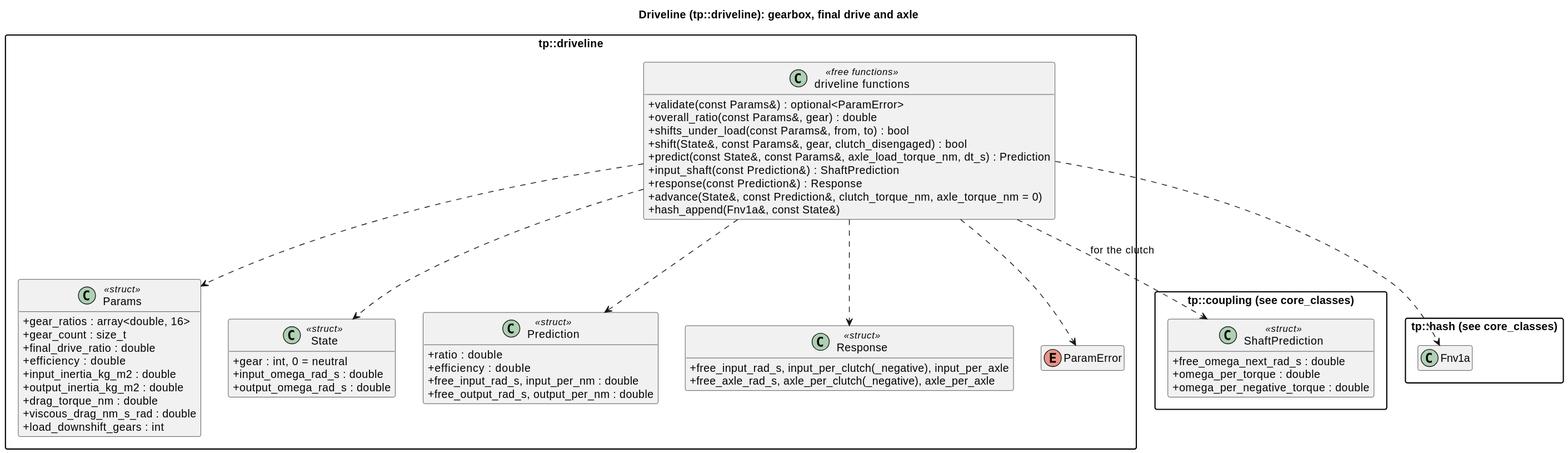
The PlantUML diagram docs/diagrams/svg/driveline_classes.svg in wversteeg/TractorPulling, before a commit.
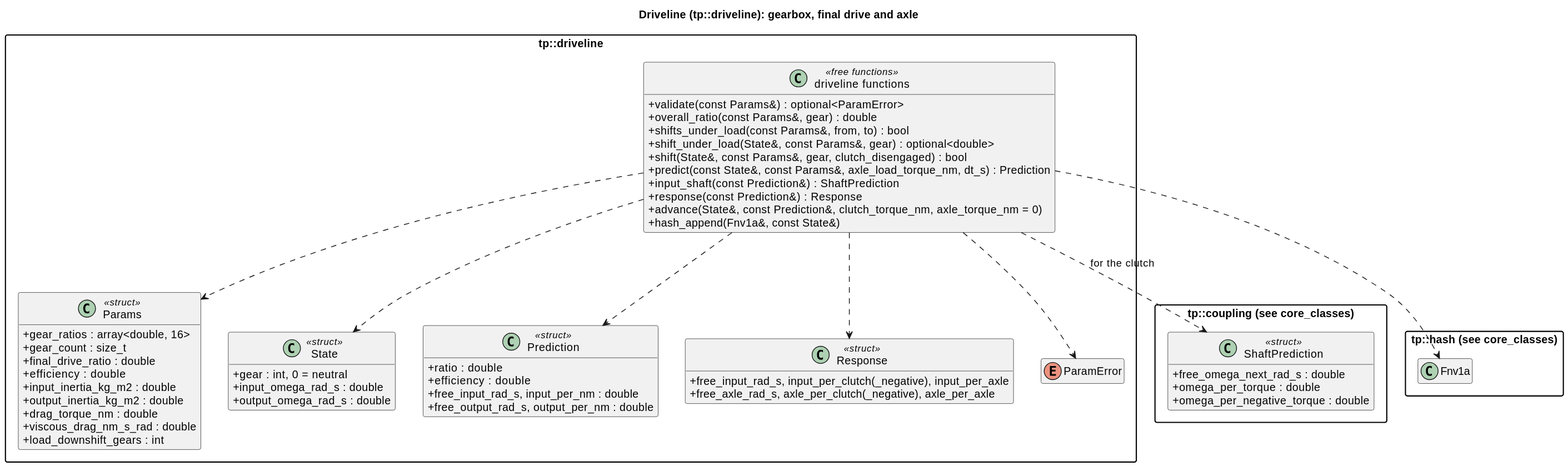
The same diagram one commit later.

Change to the diagram source:
```diff
@@ -47,6 +47,7 @@
     +validate(const Params&) : optional<ParamError>
     +overall_ratio(const Params&, gear) : double
     +shifts_under_load(const Params&, from, to) : bool
+    +shift_under_load(State&, const Params&, gear) : optional<double>
     +shift(State&, const Params&, gear, clutch_disengaged) : bool
     +predict(const State&, const Params&, axle_load_torque_nm, dt_s) : Prediction
     +input_shaft(const Prediction&) : ShaftPrediction
```
